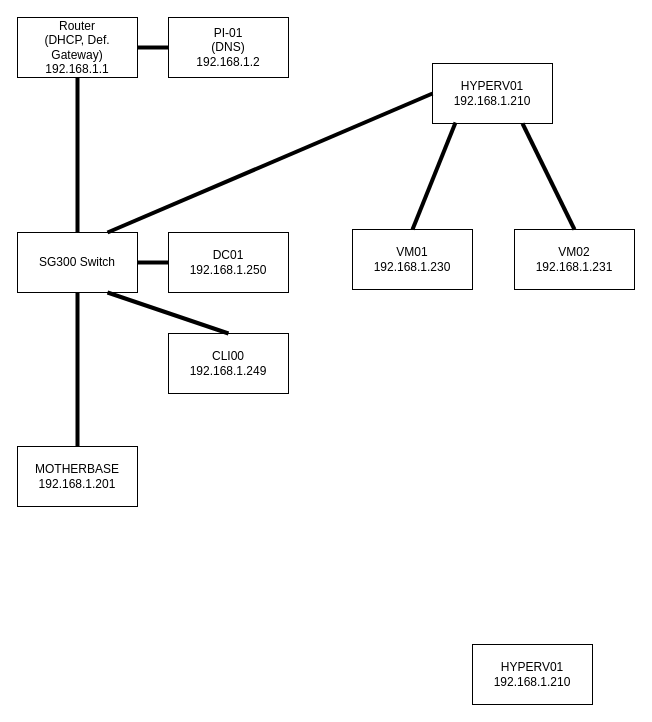
Before: Homelab.drawio in JadenMay/Homelab, a draw.io diagram. Source tidied: cells renumbered, new cells numbered last; positions are measured from the earlier drawing's top-left corner, leaving out a move shared by most shapes. Both pictures are drawn from the tidied source at 100%, with x=0, y=0 at pixel (17, 17).
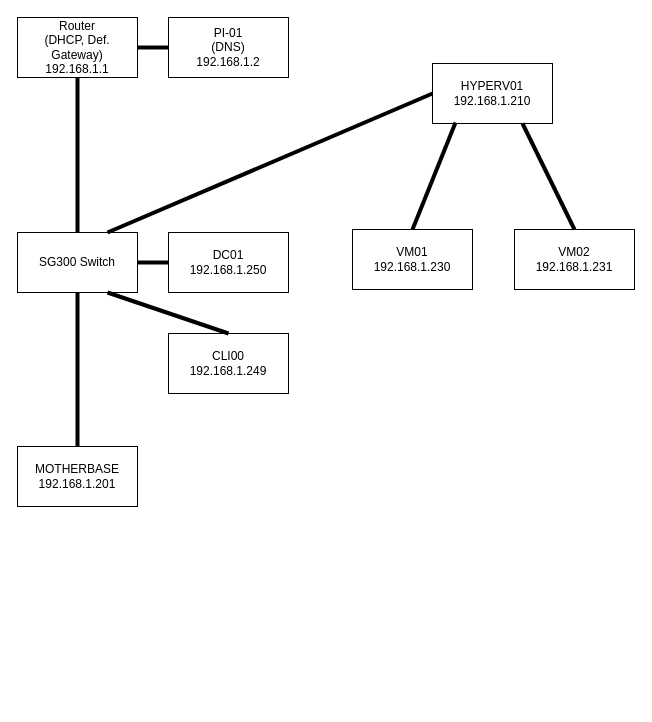
The same page after the edit.

What changed in the source:
```diff
@@
-    <mxCell id="17" value="HYPERV01&lt;br&gt;192.168.1.210" style="rounded=0;whiteSpace=wrap;html=1;fontFamily=Helvetica;" parent="1" vertex="1">
-      <mxGeometry x="455" y="627" width="120" height="60" as="geometry" />
-    </mxCell>
```
